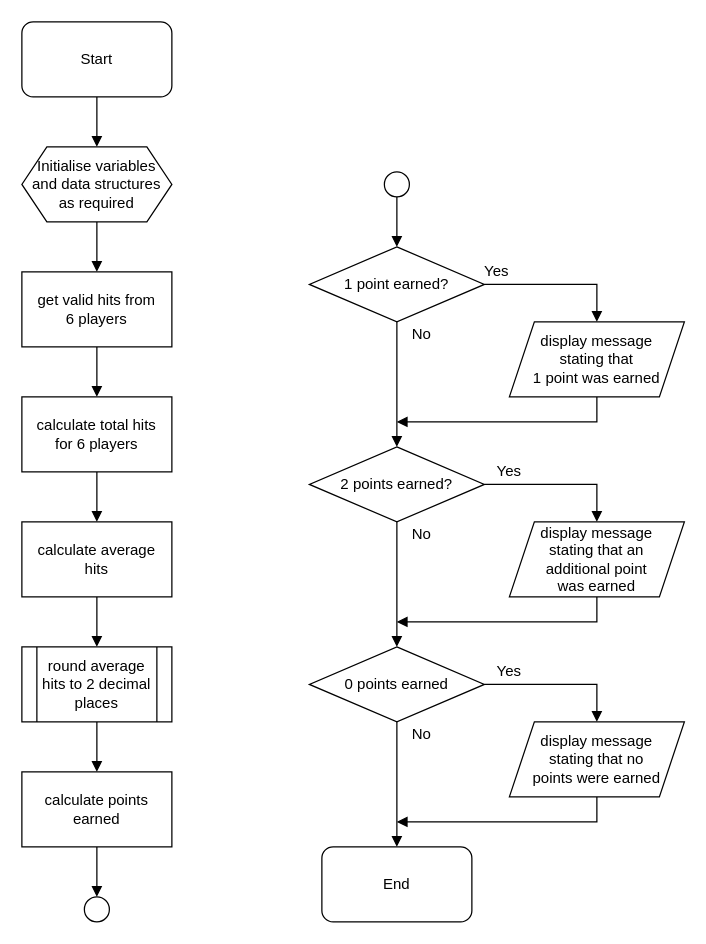
Above: page "fc" (1 of 2) of n5-cs/sdd/N5-CS-2018S-Task-2/assets/N5 CS 2018S Task 2.drawio in MrFriendCS/MrFriendCS.github.io (draw.io), before the change. Source tidied: cells renumbered, new cells numbered last; positions are measured from the earlier drawing's top-left corner, leaving out a move shared by most shapes. Both pictures are drawn from the tidied source at 125%, with x=0, y=0 at pixel (21, 21).
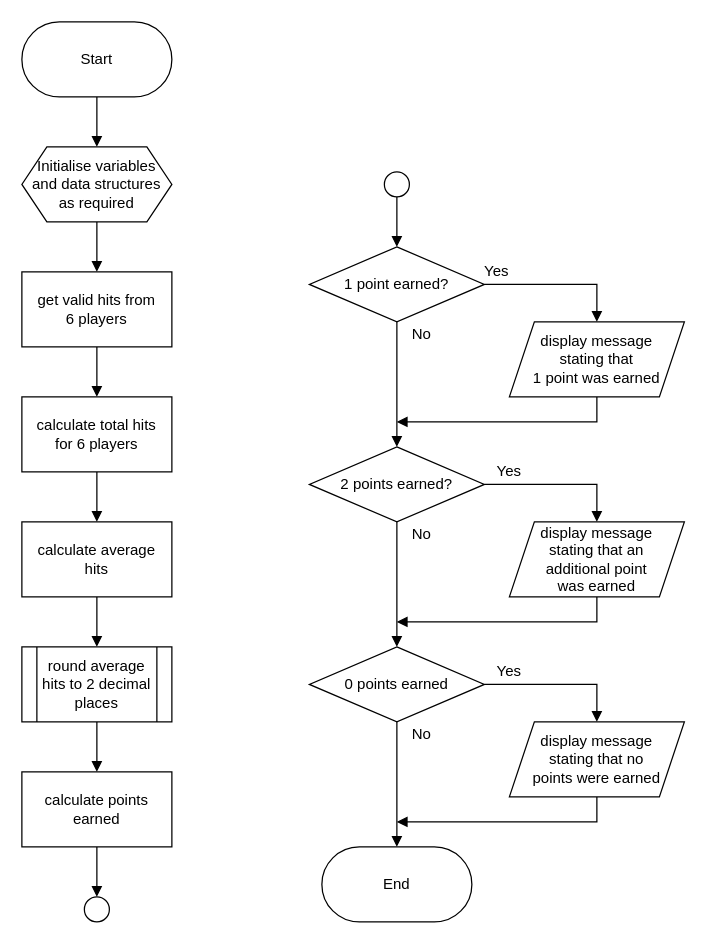
The same diagram, later.

What changed in the source:
```diff
@@
-    <mxCell id="3" value="Start" style="rounded=1;whiteSpace=wrap;html=1;" parent="1" vertex="1">
+    <mxCell id="3" value="Start" style="rounded=1;whiteSpace=wrap;html=1;arcSize=50;" parent="1" vertex="1">
       <mxGeometry width="120" height="60" as="geometry" />
     </mxCell>
@@
-    <mxCell id="26" value="End" style="rounded=1;whiteSpace=wrap;html=1;" parent="1" vertex="1">
+    <mxCell id="26" value="End" style="rounded=1;whiteSpace=wrap;html=1;arcSize=50;" parent="1" vertex="1">
       <mxGeometry x="240" y="660" width="120" height="60" as="geometry" />
     </mxCell>
```
